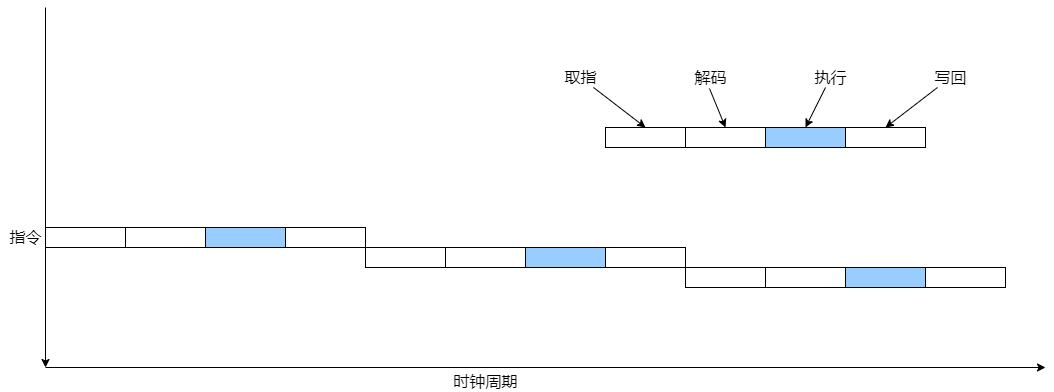
Earlier version of the draw.io export instruction.execution.png (craftsfish/design). Source tidied: cells renumbered, new cells last; positions are measured from the earlier drawing's top-left corner, leaving out a move shared by most shapes. Its diagram source:
```xml
<mxGraphModel>
  <root>
    <mxCell id="0" />
    <mxCell id="1" parent="0" />
    <mxCell id="2" style="rounded=0;whiteSpace=wrap;html=1;" parent="1" vertex="1">
      <mxGeometry x="45" y="220" width="80" height="20" as="geometry" />
    </mxCell>
    <mxCell id="3" style="rounded=0;whiteSpace=wrap;html=1;" parent="1" vertex="1">
      <mxGeometry x="125" y="220" width="80" height="20" as="geometry" />
    </mxCell>
    <mxCell id="4" style="rounded=0;whiteSpace=wrap;html=1;fillColor=#99CCFF;" parent="1" vertex="1">
      <mxGeometry x="205" y="220" width="80" height="20" as="geometry" />
    </mxCell>
    <mxCell id="5" style="rounded=0;whiteSpace=wrap;html=1;" parent="1" vertex="1">
      <mxGeometry x="285" y="220" width="80" height="20" as="geometry" />
    </mxCell>
    <mxCell id="6" style="rounded=0;whiteSpace=wrap;html=1;" parent="1" vertex="1">
      <mxGeometry x="365" y="240" width="80" height="20" as="geometry" />
    </mxCell>
    <mxCell id="7" style="rounded=0;whiteSpace=wrap;html=1;" parent="1" vertex="1">
      <mxGeometry x="445" y="240" width="80" height="20" as="geometry" />
    </mxCell>
    <mxCell id="8" style="rounded=0;whiteSpace=wrap;html=1;fillColor=#99CCFF;" parent="1" vertex="1">
      <mxGeometry x="525" y="240" width="80" height="20" as="geometry" />
    </mxCell>
    <mxCell id="9" style="rounded=0;whiteSpace=wrap;html=1;" parent="1" vertex="1">
      <mxGeometry x="605" y="240" width="80" height="20" as="geometry" />
    </mxCell>
    <mxCell id="10" style="rounded=0;whiteSpace=wrap;html=1;" parent="1" vertex="1">
      <mxGeometry x="685" y="260" width="80" height="20" as="geometry" />
    </mxCell>
    <mxCell id="11" style="rounded=0;whiteSpace=wrap;html=1;" parent="1" vertex="1">
      <mxGeometry x="765" y="260" width="80" height="20" as="geometry" />
    </mxCell>
    <mxCell id="12" style="rounded=0;whiteSpace=wrap;html=1;fillColor=#99CCFF;" parent="1" vertex="1">
      <mxGeometry x="845" y="260" width="80" height="20" as="geometry" />
    </mxCell>
    <mxCell id="13" style="rounded=0;whiteSpace=wrap;html=1;" parent="1" vertex="1">
      <mxGeometry x="925" y="260" width="80" height="20" as="geometry" />
    </mxCell>
    <mxCell id="14" style="rounded=0;whiteSpace=wrap;html=1;" parent="1" vertex="1">
      <mxGeometry x="605" y="120" width="80" height="20" as="geometry" />
    </mxCell>
    <mxCell id="15" style="rounded=0;whiteSpace=wrap;html=1;" parent="1" vertex="1">
      <mxGeometry x="685" y="120" width="80" height="20" as="geometry" />
    </mxCell>
    <mxCell id="16" style="rounded=0;whiteSpace=wrap;html=1;fillColor=#99CCFF;" parent="1" vertex="1">
      <mxGeometry x="765" y="120" width="80" height="20" as="geometry" />
    </mxCell>
    <mxCell id="17" style="rounded=0;whiteSpace=wrap;html=1;" parent="1" vertex="1">
      <mxGeometry x="845" y="120" width="80" height="20" as="geometry" />
    </mxCell>
    <mxCell id="18" style="endArrow=classic;html=1;" parent="1" edge="1">
      <mxGeometry relative="1" as="geometry">
        <mxPoint x="45" as="sourcePoint" />
        <mxPoint x="45" y="360" as="targetPoint" />
      </mxGeometry>
    </mxCell>
    <mxCell id="19" style="endArrow=classic;html=1;" parent="1" edge="1">
      <mxGeometry relative="1" as="geometry">
        <mxPoint x="45" y="360" as="sourcePoint" />
        <mxPoint x="1045" y="360" as="targetPoint" />
      </mxGeometry>
    </mxCell>
    <mxCell id="20" value="指令" style="text;html=1;align=center;verticalAlign=middle;fontFamily=Times New Roman;fontSize=16;" parent="1" vertex="1">
      <mxGeometry y="220" width="50" height="20" as="geometry" />
    </mxCell>
    <mxCell id="21" value="时钟周期" style="text;html=1;align=center;verticalAlign=middle;fontFamily=Times New Roman;fontSize=16;" parent="1" vertex="1">
      <mxGeometry x="445" y="364" width="80" height="20" as="geometry" />
    </mxCell>
    <mxCell id="22" value="取指" style="text;html=1;align=center;verticalAlign=middle;points=[];fontSize=16;fontFamily=Times New Roman;" parent="1" vertex="1">
      <mxGeometry x="555" y="60" width="50" height="20" as="geometry" />
    </mxCell>
    <mxCell id="23" value="解码" style="text;html=1;align=center;verticalAlign=middle;points=[];fontSize=16;fontFamily=Times New Roman;" parent="1" vertex="1">
      <mxGeometry x="685" y="60" width="50" height="20" as="geometry" />
    </mxCell>
    <mxCell id="24" value="执行" style="text;html=1;align=center;verticalAlign=middle;points=[];fontSize=16;fontFamily=Times New Roman;" parent="1" vertex="1">
      <mxGeometry x="805" y="60" width="50" height="20" as="geometry" />
    </mxCell>
    <mxCell id="25" value="写回" style="text;html=1;align=center;verticalAlign=middle;points=[];fontSize=16;fontFamily=Times New Roman;" parent="1" vertex="1">
      <mxGeometry x="925" y="60" width="50" height="20" as="geometry" />
    </mxCell>
    <mxCell id="26" style="endArrow=classic;html=1;fontFamily=Times New Roman;fontSize=16;entryX=0.5;entryY=0;entryDx=0;entryDy=0;" parent="1" edge="1" source="22" target="14">
      <mxGeometry relative="1" as="geometry" />
    </mxCell>
    <mxCell id="27" style="endArrow=classic;html=1;fontFamily=Times New Roman;fontSize=16;entryX=0.5;entryY=0;entryDx=0;entryDy=0;exitX=0.48;exitY=1.05;exitDx=0;exitDy=0;exitPerimeter=0;" parent="1" edge="1" source="23" target="15">
      <mxGeometry relative="1" as="geometry" />
    </mxCell>
    <mxCell id="28" style="endArrow=classic;html=1;fontFamily=Times New Roman;fontSize=16;entryX=0.5;entryY=0;entryDx=0;entryDy=0;" parent="1" edge="1" source="24" target="16">
      <mxGeometry relative="1" as="geometry" />
    </mxCell>
    <mxCell id="29" style="endArrow=classic;html=1;fontFamily=Times New Roman;fontSize=16;entryX=0.5;entryY=0;entryDx=0;entryDy=0;" parent="1" edge="1" source="25" target="17">
      <mxGeometry relative="1" as="geometry" />
    </mxCell>
  </root>
</mxGraphModel>
```
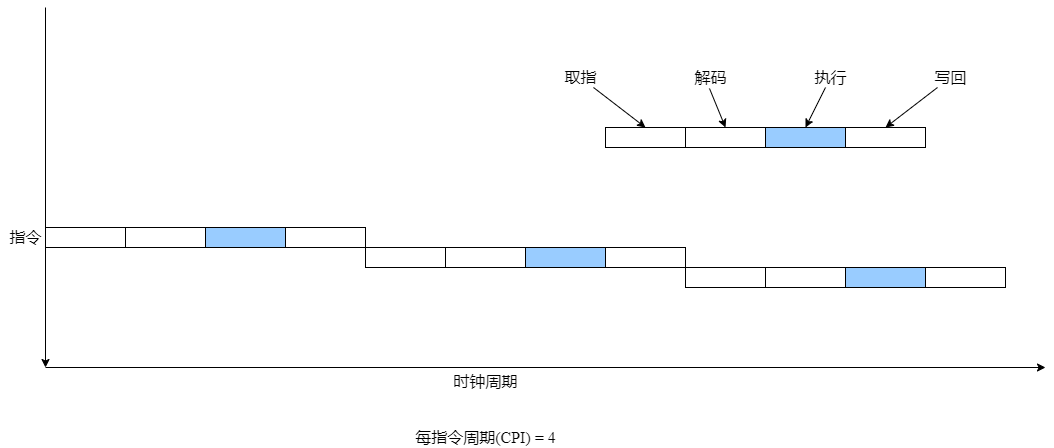
After the change.

Diff of the diagram source:
```diff
@@ -92,5 +92,8 @@
     <mxCell id="29" style="endArrow=classic;html=1;fontFamily=Times New Roman;fontSize=16;entryX=0.5;entryY=0;entryDx=0;entryDy=0;" parent="1" edge="1" source="25" target="17">
       <mxGeometry relative="1" as="geometry" />
     </mxCell>
+    <mxCell id="30" value="每指令周期(CPI) = 4" style="text;html=1;align=center;verticalAlign=middle;fontSize=16;fontFamily=Times New Roman;" parent="1" vertex="1">
+      <mxGeometry x="405" y="420" width="160" height="20" as="geometry" />
+    </mxCell>
   </root>
 </mxGraphModel>
```
